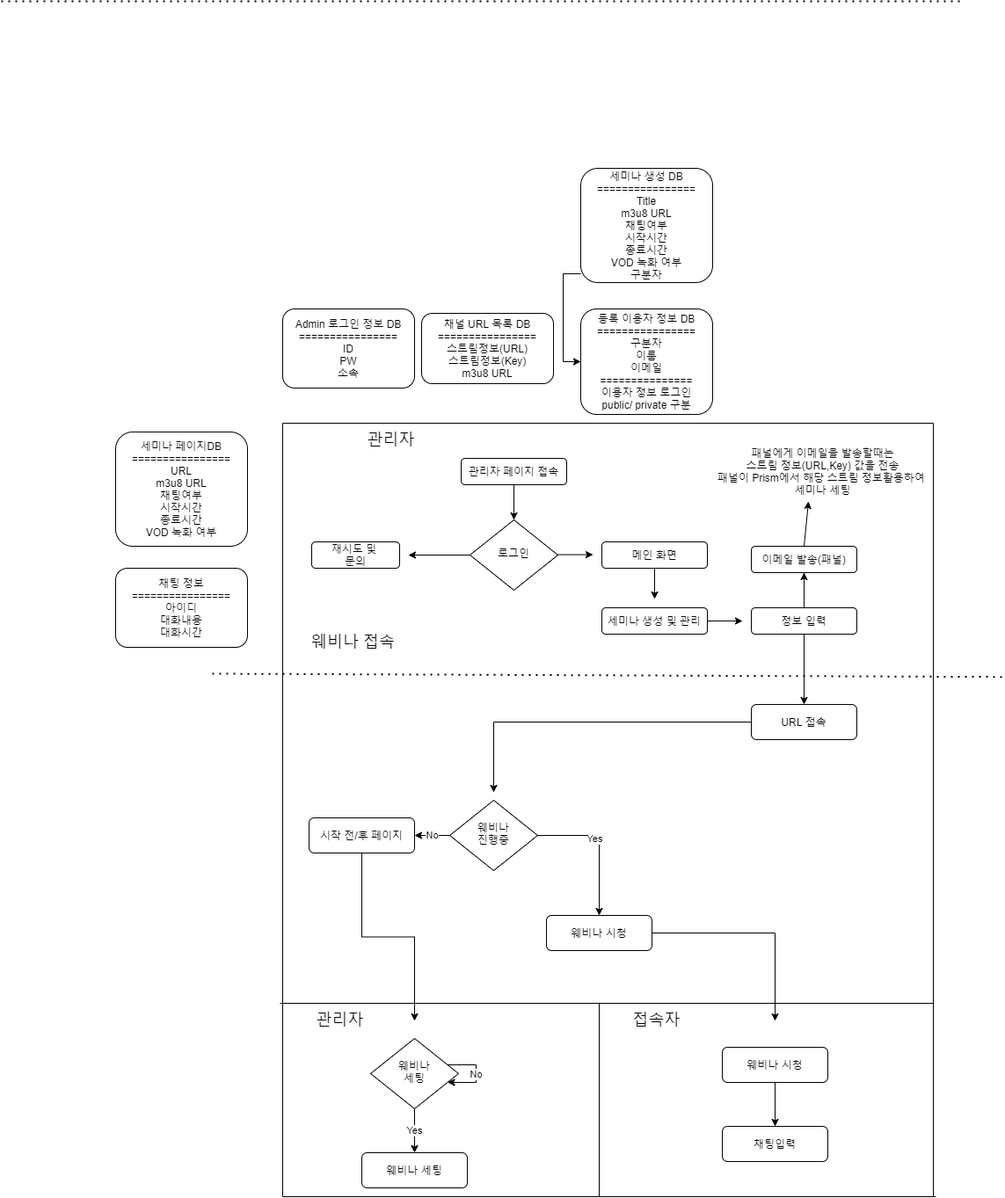
This is live_station.png from park-moonkyu/livestaton, a draw.io export, as it was before one commit. Source tidied: cells renumbered, new cells last; positions are measured from the earlier drawing's top-left corner, leaving out a move shared by most shapes.
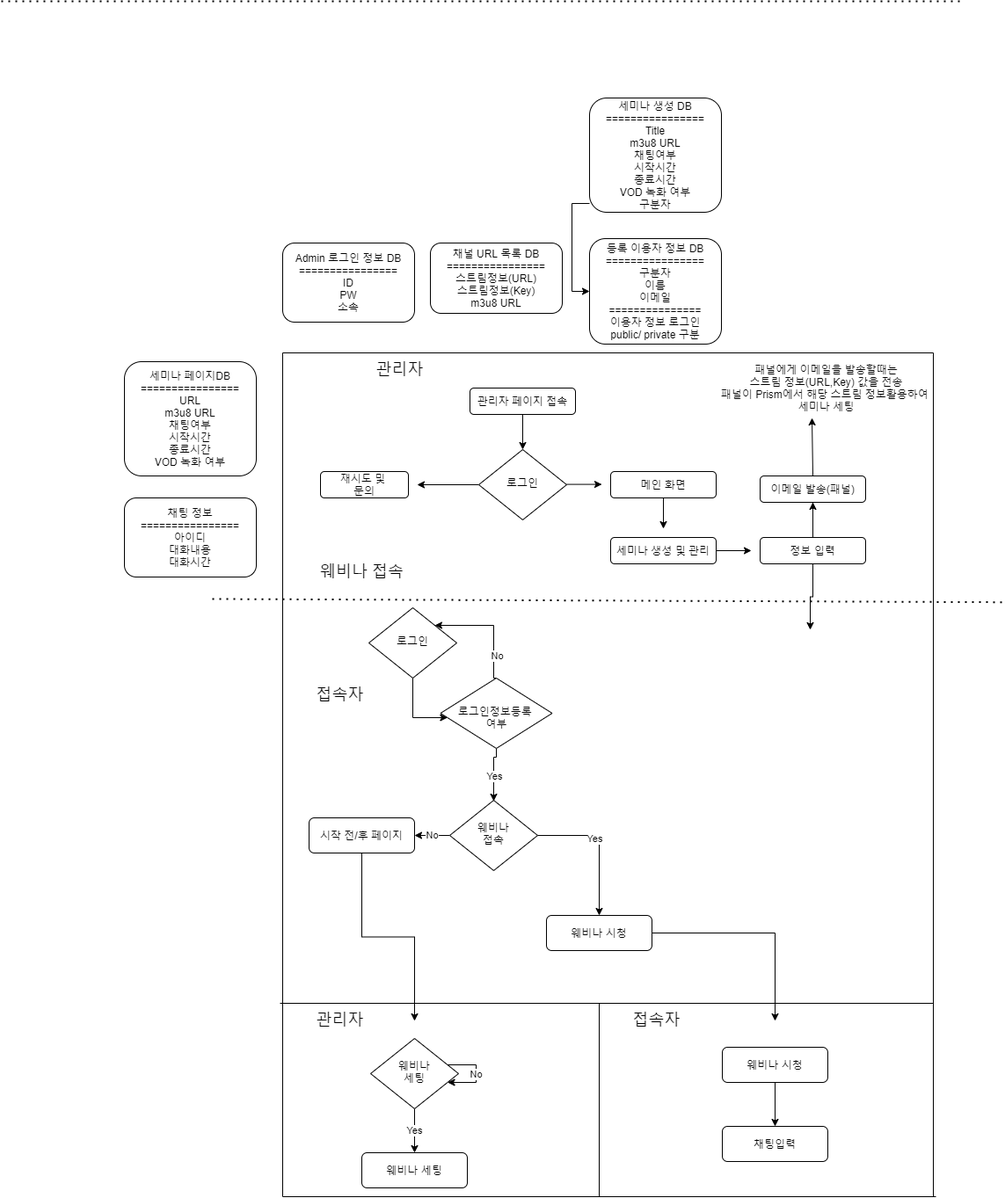
Later version of the same file.

Diff of the diagram source:
```diff
@@ -4,20 +4,20 @@
     <mxCell id="1" parent="0" />
     <mxCell id="2" style="endArrow=none;html=1;" parent="1" edge="1">
       <mxGeometry relative="1" as="geometry">
-        <mxPoint x="1060" y="1360" as="sourcePoint" />
-        <mxPoint x="1060" y="480" as="targetPoint" />
+        <mxPoint x="1050" y="1440" as="sourcePoint" />
+        <mxPoint x="1050" y="480" as="targetPoint" />
       </mxGeometry>
     </mxCell>
     <mxCell id="3" style="endArrow=none;html=1;" parent="1" edge="1">
       <mxGeometry relative="1" as="geometry">
-        <mxPoint x="320" y="480" as="sourcePoint" />
-        <mxPoint x="1060" y="480" as="targetPoint" />
+        <mxPoint x="310" y="480" as="sourcePoint" />
+        <mxPoint x="1050" y="480" as="targetPoint" />
       </mxGeometry>
     </mxCell>
     <mxCell id="4" style="endArrow=none;html=1;" parent="1" edge="1">
       <mxGeometry relative="1" as="geometry">
-        <mxPoint x="320" y="1360" as="sourcePoint" />
-        <mxPoint x="320" y="480" as="targetPoint" />
+        <mxPoint x="310" y="1440" as="sourcePoint" />
+        <mxPoint x="310" y="480" as="targetPoint" />
       </mxGeometry>
     </mxCell>
     <mxCell id="5" value="&lt;span style=&quot;font-size: 18px&quot;&gt;관리자&lt;/span&gt;" style="text;html=1;align=center;verticalAlign=middle;" parent="1" vertex="1">
@@ -62,8 +62,10 @@
     <mxCell id="15" value="세미나 생성 및 관리" style="rounded=1;whiteSpace=wrap;html=1;fontSize=12;glass=0;strokeWidth=1;shadow=0;" parent="1" vertex="1">
       <mxGeometry x="683" y="690" width="120" height="30" as="geometry" />
     </mxCell>
-    <mxCell id="16" style="edgeStyle=orthogonalEdgeStyle;rounded=0;jettySize=auto;html=1;entryX=0.5;entryY=0;entryDx=0;entryDy=0;" parent="1" edge="1" source="19" target="23">
-      <mxGeometry relative="1" as="geometry" />
+    <mxCell id="16" style="edgeStyle=orthogonalEdgeStyle;rounded=0;jettySize=auto;html=1;" parent="1" edge="1" source="19">
+      <mxGeometry relative="1" as="geometry">
+        <mxPoint x="910" y="795" as="targetPoint" />
+      </mxGeometry>
     </mxCell>
     <mxCell id="17" style="edgeStyle=orthogonalEdgeStyle;rounded=0;jettySize=auto;html=1;" parent="1" edge="1" source="19">
       <mxGeometry relative="1" as="geometry">
@@ -81,18 +83,17 @@
     </mxCell>
     <mxCell id="21" style="endArrow=none;html=1;" parent="1" edge="1">
       <mxGeometry relative="1" as="geometry">
-        <mxPoint x="317" y="1140" as="sourcePoint" />
-        <mxPoint x="1060" y="1140" as="targetPoint" />
+        <mxPoint x="307" y="1220" as="sourcePoint" />
+        <mxPoint x="1050" y="1220" as="targetPoint" />
       </mxGeometry>
     </mxCell>
-    <mxCell id="22" style="edgeStyle=orthogonalEdgeStyle;rounded=0;jettySize=auto;html=1;" parent="1" edge="1" source="23">
+    <mxCell id="22" style="edgeStyle=orthogonalEdgeStyle;rounded=0;jettySize=auto;html=1;" parent="1" edge="1" source="56" target="61">
       <mxGeometry relative="1" as="geometry">
-        <mxPoint x="560" y="900" as="targetPoint" />
+        <Array as="points">
+          <mxPoint x="458" y="895" />
+        </Array>
       </mxGeometry>
     </mxCell>
-    <mxCell id="23" value="URL 접속" style="rounded=1;whiteSpace=wrap;html=1;fontSize=12;glass=0;strokeWidth=1;shadow=0;" parent="1" vertex="1">
-      <mxGeometry x="853" y="800" width="120" height="40" as="geometry" />
-    </mxCell>
     <mxCell id="24" value="No" style="edgeStyle=orthogonalEdgeStyle;rounded=0;jettySize=auto;html=1;entryX=1;entryY=0.5;entryDx=0;entryDy=0;" parent="1" edge="1" source="27" target="31">
       <mxGeometry relative="1" as="geometry" />
     </mxCell>
@@ -104,51 +105,51 @@
         <mxPoint x="2" as="offset" />
       </mxGeometry>
     </mxCell>
-    <mxCell id="27" value="웨비나&lt;br&gt;진행중" style="rhombus;whiteSpace=wrap;html=1;shadow=0;fontFamily=Helvetica;fontSize=12;align=center;strokeWidth=1;spacing=6;spacingTop=-4;" parent="1" vertex="1">
-      <mxGeometry x="510" y="909" width="100" height="80" as="geometry" />
+    <mxCell id="27" value="웨비나&lt;br&gt;접속" style="rhombus;whiteSpace=wrap;html=1;shadow=0;fontFamily=Helvetica;fontSize=12;align=center;strokeWidth=1;spacing=6;spacingTop=-4;" parent="1" vertex="1">
+      <mxGeometry x="500" y="989" width="100" height="80" as="geometry" />
     </mxCell>
     <mxCell id="28" style="edgeStyle=orthogonalEdgeStyle;rounded=0;jettySize=auto;html=1;exitX=0.5;exitY=1;exitDx=0;exitDy=0;" parent="1" edge="1" source="31">
       <mxGeometry relative="1" as="geometry">
-        <mxPoint x="470" y="1160" as="targetPoint" />
+        <mxPoint x="460" y="1240" as="targetPoint" />
       </mxGeometry>
     </mxCell>
     <mxCell id="29" style="edgeStyle=orthogonalEdgeStyle;rounded=0;jettySize=auto;html=1;" parent="1" edge="1" source="30">
       <mxGeometry relative="1" as="geometry">
-        <mxPoint x="880" y="1160" as="targetPoint" />
+        <mxPoint x="870" y="1240" as="targetPoint" />
       </mxGeometry>
     </mxCell>
     <mxCell id="30" value="웨비나 시청" style="rounded=1;whiteSpace=wrap;html=1;fontSize=12;glass=0;strokeWidth=1;shadow=0;" parent="1" vertex="1">
-      <mxGeometry x="620" y="1040" width="120" height="40" as="geometry" />
+      <mxGeometry x="610" y="1120" width="120" height="40" as="geometry" />
     </mxCell>
     <mxCell id="31" value="시작 전/후 페이지" style="rounded=1;whiteSpace=wrap;html=1;fontSize=12;glass=0;strokeWidth=1;shadow=0;" parent="1" vertex="1">
-      <mxGeometry x="350" y="929" width="120" height="40" as="geometry" />
+      <mxGeometry x="340" y="1009" width="120" height="40" as="geometry" />
     </mxCell>
     <mxCell id="32" style="endArrow=none;html=1;" parent="1" edge="1">
       <mxGeometry relative="1" as="geometry">
-        <mxPoint x="320" y="1360" as="sourcePoint" />
-        <mxPoint x="1063" y="1360" as="targetPoint" />
+        <mxPoint x="310" y="1440" as="sourcePoint" />
+        <mxPoint x="1053" y="1440" as="targetPoint" />
       </mxGeometry>
     </mxCell>
     <mxCell id="33" value="웨비나 세팅" style="rounded=1;whiteSpace=wrap;html=1;fontSize=12;glass=0;strokeWidth=1;shadow=0;" parent="1" vertex="1">
-      <mxGeometry x="410" y="1310" width="120" height="40" as="geometry" />
+      <mxGeometry x="400" y="1390" width="120" height="40" as="geometry" />
     </mxCell>
     <mxCell id="34" style="endArrow=none;html=1;" parent="1" edge="1">
       <mxGeometry relative="1" as="geometry">
-        <mxPoint x="680" y="1140" as="sourcePoint" />
-        <mxPoint x="680" y="1360" as="targetPoint" />
+        <mxPoint x="670" y="1220" as="sourcePoint" />
+        <mxPoint x="670" y="1440" as="targetPoint" />
       </mxGeometry>
     </mxCell>
     <mxCell id="35" style="edgeStyle=orthogonalEdgeStyle;rounded=0;jettySize=auto;html=1;" parent="1" edge="1" source="36" target="44">
       <mxGeometry relative="1" as="geometry" />
     </mxCell>
     <mxCell id="36" value="웨비나 시청" style="rounded=1;whiteSpace=wrap;html=1;fontSize=12;glass=0;strokeWidth=1;shadow=0;" parent="1" vertex="1">
-      <mxGeometry x="820" y="1190" width="120" height="40" as="geometry" />
+      <mxGeometry x="810" y="1270" width="120" height="40" as="geometry" />
     </mxCell>
     <mxCell id="37" value="&lt;span style=&quot;font-size: 18px&quot;&gt;관리자&lt;/span&gt;" style="text;html=1;align=center;verticalAlign=middle;" parent="1" vertex="1">
-      <mxGeometry x="350" y="1150" width="70" height="20" as="geometry" />
+      <mxGeometry x="340" y="1230" width="70" height="20" as="geometry" />
     </mxCell>
     <mxCell id="38" value="&lt;span style=&quot;font-size: 18px&quot;&gt;접속자&lt;/span&gt;" style="text;html=1;align=center;verticalAlign=middle;" parent="1" vertex="1">
-      <mxGeometry x="710" y="1150" width="70" height="20" as="geometry" />
+      <mxGeometry x="700" y="1230" width="70" height="20" as="geometry" />
     </mxCell>
     <mxCell id="39" value="&lt;span&gt;채널 URL 목록 DB&lt;br&gt;&lt;/span&gt;================&lt;br&gt;스트림정보(URL)&lt;br&gt;스트림정보(Key)&lt;br&gt;m3u8 URL&lt;span&gt;&lt;br&gt;&lt;/span&gt;" style="rounded=1;whiteSpace=wrap;html=1;" parent="1" vertex="1">
       <mxGeometry x="478" y="355" width="150" height="80" as="geometry" />
@@ -160,13 +161,13 @@
       <mxGeometry relative="1" as="geometry" />
     </mxCell>
     <mxCell id="42" value="웨비나&lt;br&gt;세팅" style="rhombus;whiteSpace=wrap;html=1;shadow=0;fontFamily=Helvetica;fontSize=12;align=center;strokeWidth=1;spacing=6;spacingTop=-4;" parent="1" vertex="1">
-      <mxGeometry x="420" y="1180" width="100" height="80" as="geometry" />
+      <mxGeometry x="410" y="1260" width="100" height="80" as="geometry" />
     </mxCell>
     <mxCell id="43" value="No" style="edgeStyle=orthogonalEdgeStyle;rounded=0;orthogonalLoop=1;jettySize=auto;html=1;" parent="1" edge="1" source="42" target="42">
       <mxGeometry relative="1" as="geometry" />
     </mxCell>
     <mxCell id="44" value="채팅입력" style="rounded=1;whiteSpace=wrap;html=1;fontSize=12;glass=0;strokeWidth=1;shadow=0;" parent="1" vertex="1">
-      <mxGeometry x="820" y="1280" width="120" height="40" as="geometry" />
+      <mxGeometry x="810" y="1360" width="120" height="40" as="geometry" />
     </mxCell>
     <mxCell id="45" value="등록 이용자 정보 DB&lt;br&gt;================&lt;br&gt;구분자&lt;br&gt;이름&lt;br&gt;이메일&lt;br&gt;===============&lt;br&gt;이용자 정보 로그인&lt;br&gt;public/ private 구분" style="rounded=1;whiteSpace=wrap;html=1;" parent="1" vertex="1">
       <mxGeometry x="659" y="350" width="150" height="120" as="geometry" />
@@ -178,19 +179,19 @@
       <mxGeometry x="659" y="190" width="150" height="130" as="geometry" />
     </mxCell>
     <mxCell id="48" value="Admin 로그인 정보 DB&lt;br&gt;================&lt;br&gt;ID&lt;br&gt;PW&lt;br&gt;소속" style="rounded=1;whiteSpace=wrap;html=1;" parent="1" vertex="1">
-      <mxGeometry x="320" y="350" width="150" height="90" as="geometry" />
+      <mxGeometry x="310" y="355" width="150" height="90" as="geometry" />
     </mxCell>
     <mxCell id="49" style="endArrow=none;dashed=1;html=1;dashPattern=1 3;strokeWidth=2;" parent="1" edge="1">
       <mxGeometry relative="1" as="geometry">
-        <mxPoint as="sourcePoint" />
-        <mxPoint x="1090" as="targetPoint" />
+        <mxPoint x="-10" y="80" as="sourcePoint" />
+        <mxPoint x="1080" y="80" as="targetPoint" />
       </mxGeometry>
     </mxCell>
     <mxCell id="50" style="endArrow=classic;html=1;exitX=0.5;exitY=0;exitDx=0;exitDy=0;entryX=0.436;entryY=1.067;entryDx=0;entryDy=0;entryPerimeter=0;" parent="1" edge="1" source="40" target="51">
       <mxGeometry relative="1" as="geometry" />
     </mxCell>
     <mxCell id="51" value="패널에게 이메일을 발송할때는&lt;br&gt;스트림 정보(URL,Key) 값을 전송&lt;br&gt;패널이 Prism에서 해당 스트림 정보활용하여 &lt;br&gt;세미나 세팅" style="text;html=1;align=center;verticalAlign=middle;points=[];" parent="1" vertex="1">
-      <mxGeometry x="809" y="505" width="250" height="60" as="geometry" />
+      <mxGeometry x="803" y="490" width="250" height="60" as="geometry" />
     </mxCell>
     <mxCell id="52" value="채팅 정보================&lt;br&gt;아이디&lt;br&gt;대화내용&lt;br&gt;대화시간" style="rounded=1;whiteSpace=wrap;html=1;" parent="1" vertex="1">
       <mxGeometry x="130" y="645" width="150" height="90" as="geometry" />
@@ -200,9 +201,44 @@
     </mxCell>
     <mxCell id="54" style="endArrow=none;dashed=1;html=1;dashPattern=1 3;strokeWidth=2;" parent="1" edge="1">
       <mxGeometry relative="1" as="geometry">
-        <mxPoint x="240" y="765" as="sourcePoint" />
-        <mxPoint x="1140" y="768.7" as="targetPoint" />
+        <mxPoint x="230" y="760" as="sourcePoint" />
+        <mxPoint x="1130" y="763.7" as="targetPoint" />
       </mxGeometry>
     </mxCell>
+    <mxCell id="55" value="&lt;span style=&quot;font-size: 18px&quot;&gt;접속자&lt;/span&gt;" style="text;html=1;align=center;verticalAlign=middle;" parent="1" vertex="1">
+      <mxGeometry x="340" y="860" width="70" height="20" as="geometry" />
+    </mxCell>
+    <mxCell id="56" value="로그인" style="rhombus;whiteSpace=wrap;html=1;shadow=0;fontFamily=Helvetica;fontSize=12;align=center;strokeWidth=1;spacing=6;spacingTop=-4;" parent="1" vertex="1">
+      <mxGeometry x="408" y="770" width="100" height="80" as="geometry" />
+    </mxCell>
+    <mxCell id="57" style="edgeStyle=orthogonalEdgeStyle;rounded=0;jettySize=auto;html=1;exitX=0.5;exitY=1;exitDx=0;exitDy=0;" parent="1" edge="1" source="61">
+      <mxGeometry relative="1" as="geometry">
+        <mxPoint x="550" y="990" as="targetPoint" />
+        <Array as="points">
+          <mxPoint x="550" y="940" />
+        </Array>
+      </mxGeometry>
+    </mxCell>
+    <mxCell id="58" value="Yes" style="edgeLabel;html=1;align=center;verticalAlign=middle;" parent="57" vertex="1">
+      <mxGeometry x="0.08" y="-1" relative="1" as="geometry">
+        <mxPoint x="1" as="offset" />
+      </mxGeometry>
+    </mxCell>
+    <mxCell id="59" style="edgeStyle=orthogonalEdgeStyle;rounded=0;jettySize=auto;html=1;exitX=0.5;exitY=0;exitDx=0;exitDy=0;" parent="1" edge="1" source="61" target="56">
+      <mxGeometry relative="1" as="geometry">
+        <Array as="points">
+          <mxPoint x="550" y="850" />
+          <mxPoint x="550" y="790" />
+        </Array>
+      </mxGeometry>
+    </mxCell>
+    <mxCell id="60" value="No" style="edgeLabel;html=1;align=center;verticalAlign=middle;" parent="59" vertex="1">
+      <mxGeometry x="-0.56" y="-2" relative="1" as="geometry">
+        <mxPoint x="1" as="offset" />
+      </mxGeometry>
+    </mxCell>
+    <mxCell id="61" value="&lt;br&gt;로그인정보등록 &lt;br&gt;여부" style="rhombus;whiteSpace=wrap;html=1;shadow=0;fontFamily=Helvetica;fontSize=12;align=center;strokeWidth=1;spacing=6;spacingTop=-4;" parent="1" vertex="1">
+      <mxGeometry x="489.5" y="850" width="127" height="80" as="geometry" />
+    </mxCell>
   </root>
 </mxGraphModel>
```
